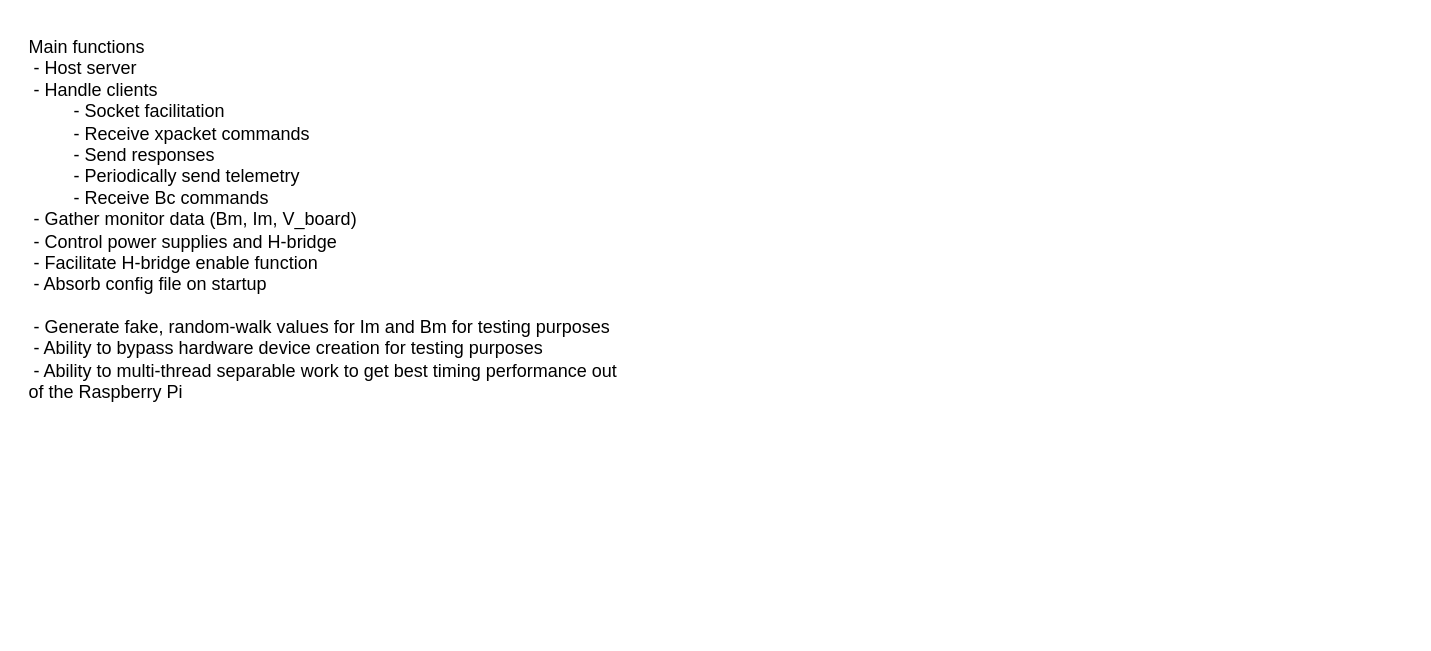
The draw.io diagram page "Server Functions" (4 of 6) of helmholtz_cage_toolkit/extras/computation_layout.drawio in Hans-Bananendans/Helmholtz-Cage-Toolkit, before the edit. Source tidied: cells renumbered, new cells numbered last; positions are measured from the earlier drawing's top-left corner, leaving out a move shared by most shapes. Both pictures are drawn from the tidied source at 150%, with x=0, y=0 at pixel (26, 26).
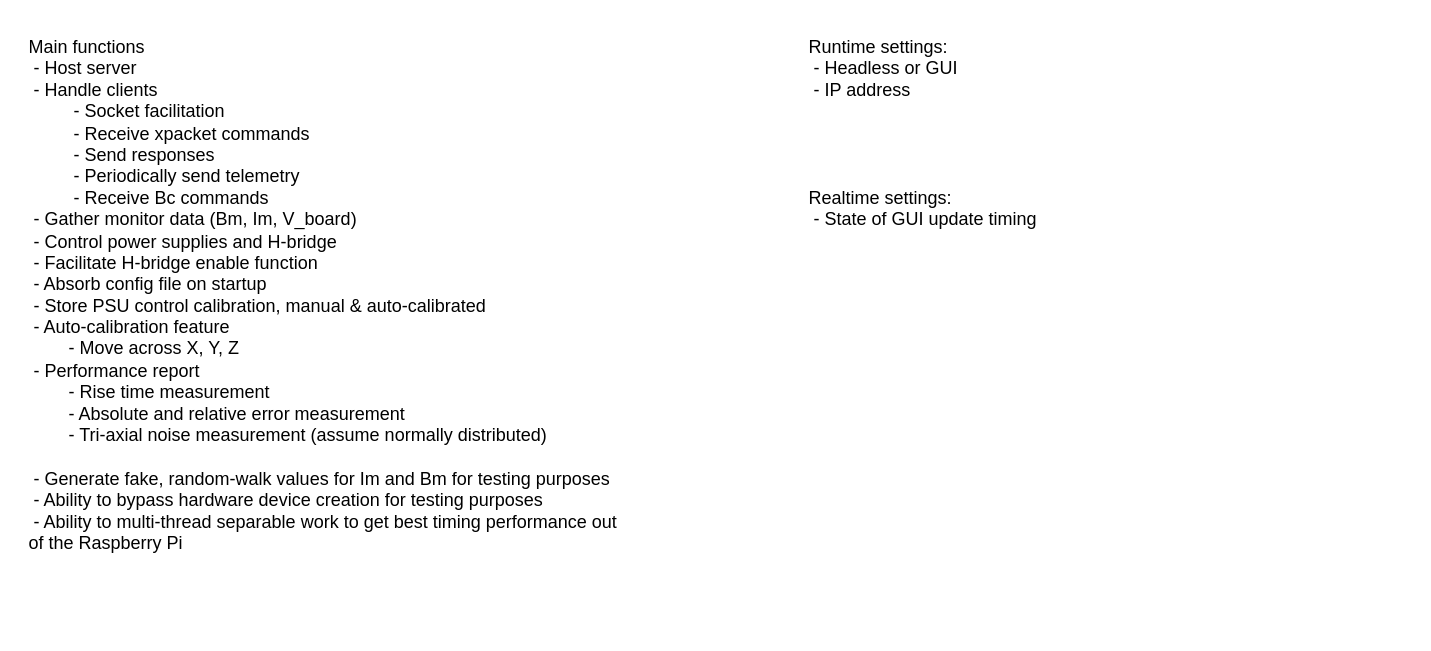
The same diagram, later.

Commit message (it also covers changes not shown here):
Backend test for auto-calibration

Diff of the diagram source:
```diff
@@
 <mxGraphModel>
   <root>
     <mxCell id="0" />
     <mxCell id="1" parent="0" />
-    <mxCell id="2" value="Main functions&lt;br&gt;&amp;nbsp;- Host server&lt;br&gt;&amp;nbsp;- Handle clients&lt;br&gt;&lt;span style=&quot;white-space: pre&quot;&gt;&#9;&lt;/span&gt;&amp;nbsp;- Socket facilitation&lt;br&gt;&lt;span style=&quot;white-space: pre&quot;&gt;&#9;&lt;/span&gt;&amp;nbsp;- Receive xpacket commands&lt;br&gt;&lt;span style=&quot;white-space: pre&quot;&gt;&#9;&lt;/span&gt;&amp;nbsp;- Send responses&lt;br&gt;&lt;span style=&quot;white-space: pre&quot;&gt;&#9;&lt;/span&gt;&amp;nbsp;- Periodically send telemetry&lt;br&gt;&amp;nbsp; &amp;nbsp; &amp;nbsp; &amp;nbsp; &amp;nbsp;- Receive Bc commands&lt;br&gt;&amp;nbsp;- Gather monitor data (Bm, Im, V_board)&lt;br&gt;&amp;nbsp;- Control power supplies and H-bridge&lt;br&gt;&amp;nbsp;- Facilitate H-bridge enable function&lt;br&gt;&amp;nbsp;- Absorb config file on startup&lt;br&gt;&lt;br&gt;&amp;nbsp;- Generate fake, random-walk values for Im and Bm for testing purposes&lt;br&gt;&amp;nbsp;- Ability to bypass hardware device creation for testing purposes&lt;br&gt;&amp;nbsp;- Ability to multi-thread separable work to get best timing performance out of the Raspberry Pi&lt;br&gt;" style="text;html=1;strokeColor=none;fillColor=none;align=left;verticalAlign=top;whiteSpace=wrap;rounded=0;fontFamily=ubuntu;" parent="1" vertex="1">
+    <mxCell id="2" value="Main functions&lt;br&gt;&amp;nbsp;- Host server&lt;br&gt;&amp;nbsp;- Handle clients&lt;br&gt;&lt;span style=&quot;white-space: pre&quot;&gt;&#9;&lt;/span&gt;&amp;nbsp;- Socket facilitation&lt;br&gt;&lt;span style=&quot;white-space: pre&quot;&gt;&#9;&lt;/span&gt;&amp;nbsp;- Receive xpacket commands&lt;br&gt;&lt;span style=&quot;white-space: pre&quot;&gt;&#9;&lt;/span&gt;&amp;nbsp;- Send responses&lt;br&gt;&lt;span style=&quot;white-space: pre&quot;&gt;&#9;&lt;/span&gt;&amp;nbsp;- Periodically send telemetry&lt;br&gt;&amp;nbsp; &amp;nbsp; &amp;nbsp; &amp;nbsp; &amp;nbsp;- Receive Bc commands&lt;br&gt;&amp;nbsp;- Gather monitor data (Bm, Im, V_board)&lt;br&gt;&amp;nbsp;- Control power supplies and H-bridge&lt;br&gt;&amp;nbsp;- Facilitate H-bridge enable function&lt;br&gt;&amp;nbsp;- Absorb config file on startup&lt;br&gt;&amp;nbsp;- Store PSU control calibration, manual &amp;amp; auto-calibrated&lt;br&gt;&amp;nbsp;- Auto-calibration feature&lt;br&gt;&lt;span style=&quot;white-space: pre&quot;&gt;&#9;&lt;/span&gt;- Move across X, Y, Z&lt;br&gt;&amp;nbsp;- Performance report&lt;br&gt;&lt;span style=&quot;white-space: pre&quot;&gt;&#9;&lt;/span&gt;- Rise time measurement&lt;br&gt;&lt;span style=&quot;white-space: pre&quot;&gt;&#9;&lt;/span&gt;- Absolute and relative error measurement&lt;br&gt;&lt;span style=&quot;white-space: pre&quot;&gt;&#9;&lt;/span&gt;- Tri-axial noise measurement (assume normally distributed)&lt;br&gt;&lt;br&gt;&amp;nbsp;- Generate fake, random-walk values for Im and Bm for testing purposes&lt;br&gt;&amp;nbsp;- Ability to bypass hardware device creation for testing purposes&lt;br&gt;&amp;nbsp;- Ability to multi-thread separable work to get best timing performance out of the Raspberry Pi" style="text;html=1;strokeColor=none;fillColor=none;align=left;verticalAlign=top;whiteSpace=wrap;rounded=0;fontFamily=ubuntu;" parent="1" vertex="1">
       <mxGeometry width="400" height="400" as="geometry" />
     </mxCell>
+    <mxCell id="3" value="Runtime settings:&lt;br&gt;&amp;nbsp;- Headless or GUI&lt;br&gt;&amp;nbsp;- IP address&lt;br&gt;&lt;br&gt;&lt;br&gt;&lt;br&gt;&lt;br&gt;Realtime settings:&lt;br&gt;&amp;nbsp;- State of GUI update timing" style="text;html=1;strokeColor=none;fillColor=none;align=left;verticalAlign=top;whiteSpace=wrap;rounded=0;fontFamily=ubuntu;" parent="1" vertex="1">
+      <mxGeometry x="520" width="400" height="400" as="geometry" />
+    </mxCell>
   </root>
 </mxGraphModel>
```
